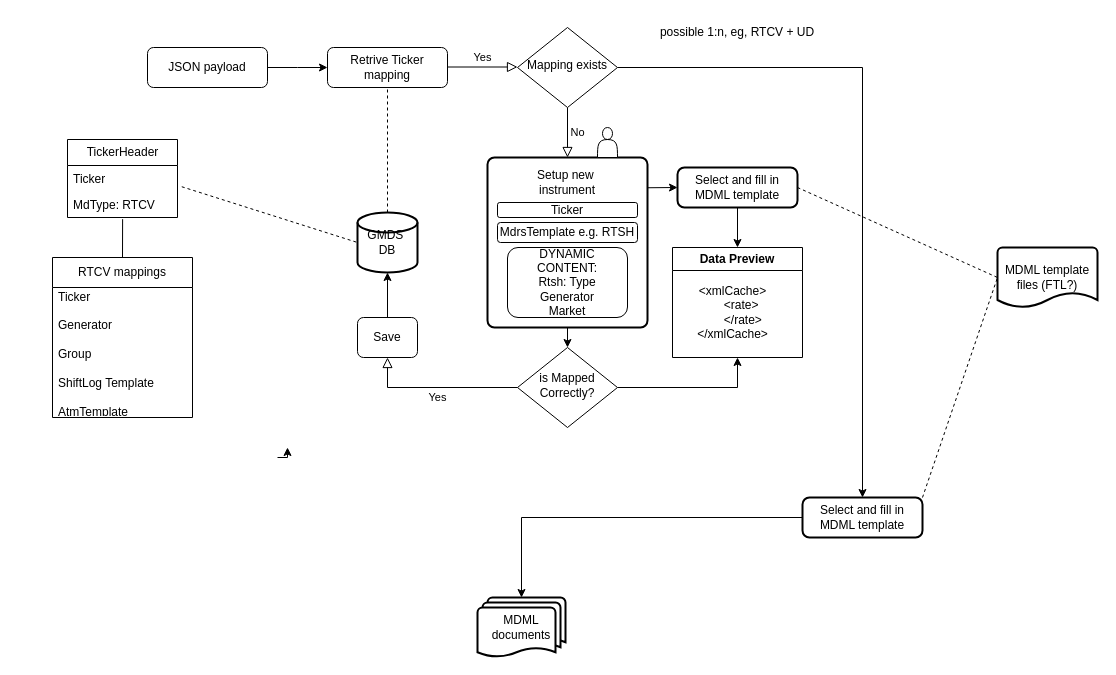
abrzyski92/Test1 keeps this draw.io diagram as Untitled Diagram.drawio. Above is the earlier version. Source tidied: cells renumbered, new cells numbered last; positions are measured from the earlier drawing's top-left corner, leaving out a move shared by most shapes. Both pictures are drawn from the tidied source at 100%, with x=0, y=0 at pixel (52, 17).
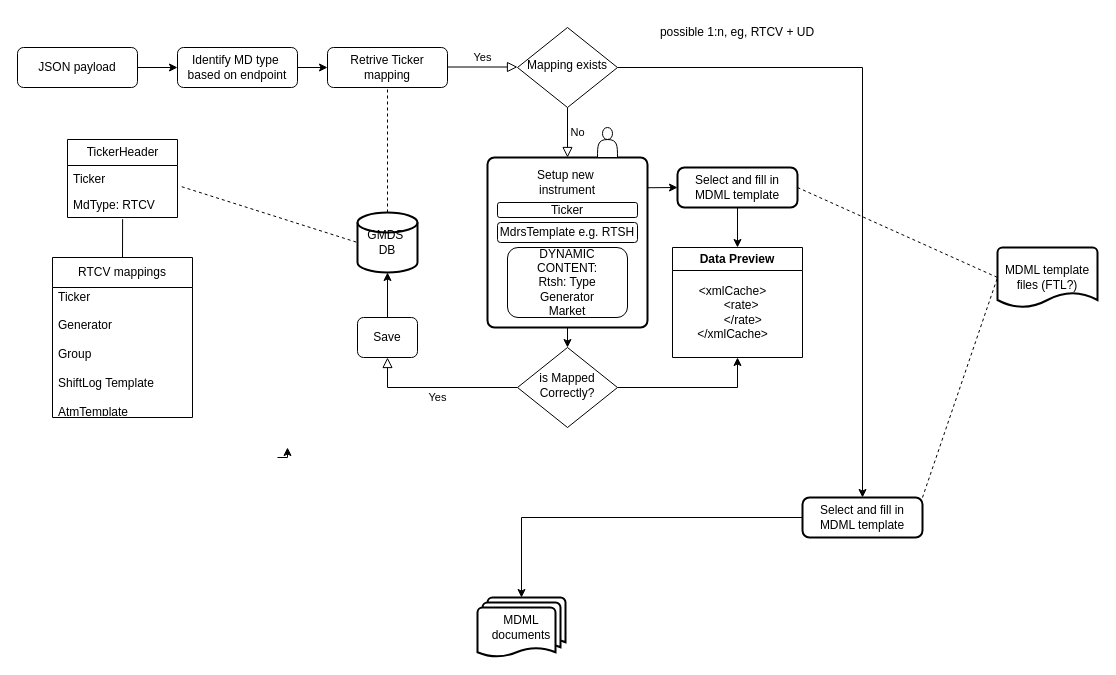
After the change.

Unchanged cells that the change refers to:
```xml
<mxCell id="12" value="Retrive Ticker mapping" style="rounded=1;whiteSpace=wrap;html=1;fontSize=12;glass=0;strokeWidth=1;shadow=0;" parent="1" vertex="1">
  <mxGeometry x="275" y="30" width="120" height="40" as="geometry" />
</mxCell>
```

Change to the diagram source:
```diff
@@
-    <mxCell id="2" style="edgeStyle=orthogonalEdgeStyle;rounded=0;jettySize=auto;html=1;exitX=1;exitY=0.5;exitDx=0;exitDy=0;entryX=0;entryY=0.5;entryDx=0;entryDy=0;" parent="1" edge="1" source="3">
-      <mxGeometry relative="1" as="geometry">
-        <mxPoint x="275" y="50" as="targetPoint" />
-      </mxGeometry>
-    </mxCell>
+    <mxCell id="43" style="edgeStyle=orthogonalEdgeStyle;rounded=0;jettySize=auto;html=1;exitX=1;exitY=0.5;exitDx=0;exitDy=0;" parent="1" edge="1" source="3" target="45">
+      <mxGeometry relative="1" as="geometry" />
+    </mxCell>
     <mxCell id="3" value="JSON payload" style="rounded=1;whiteSpace=wrap;html=1;fontSize=12;glass=0;strokeWidth=1;shadow=0;" parent="1" vertex="1">
-      <mxGeometry x="95" y="30" width="120" height="40" as="geometry" />
+      <mxGeometry x="-35" y="30" width="120" height="40" as="geometry" />
     </mxCell>
@@
+    <mxCell id="44" style="edgeStyle=orthogonalEdgeStyle;rounded=0;jettySize=auto;html=1;exitX=1;exitY=0.5;exitDx=0;exitDy=0;" parent="1" edge="1" source="45" target="12">
+      <mxGeometry relative="1" as="geometry" />
+    </mxCell>
+    <mxCell id="45" value="Identify MD type&amp;nbsp;&lt;div&gt;based on endpoint&lt;/div&gt;" style="rounded=1;whiteSpace=wrap;html=1;fontSize=12;glass=0;strokeWidth=1;shadow=0;" parent="1" vertex="1">
+      <mxGeometry x="125" y="30" width="120" height="40" as="geometry" />
+    </mxCell>
```
